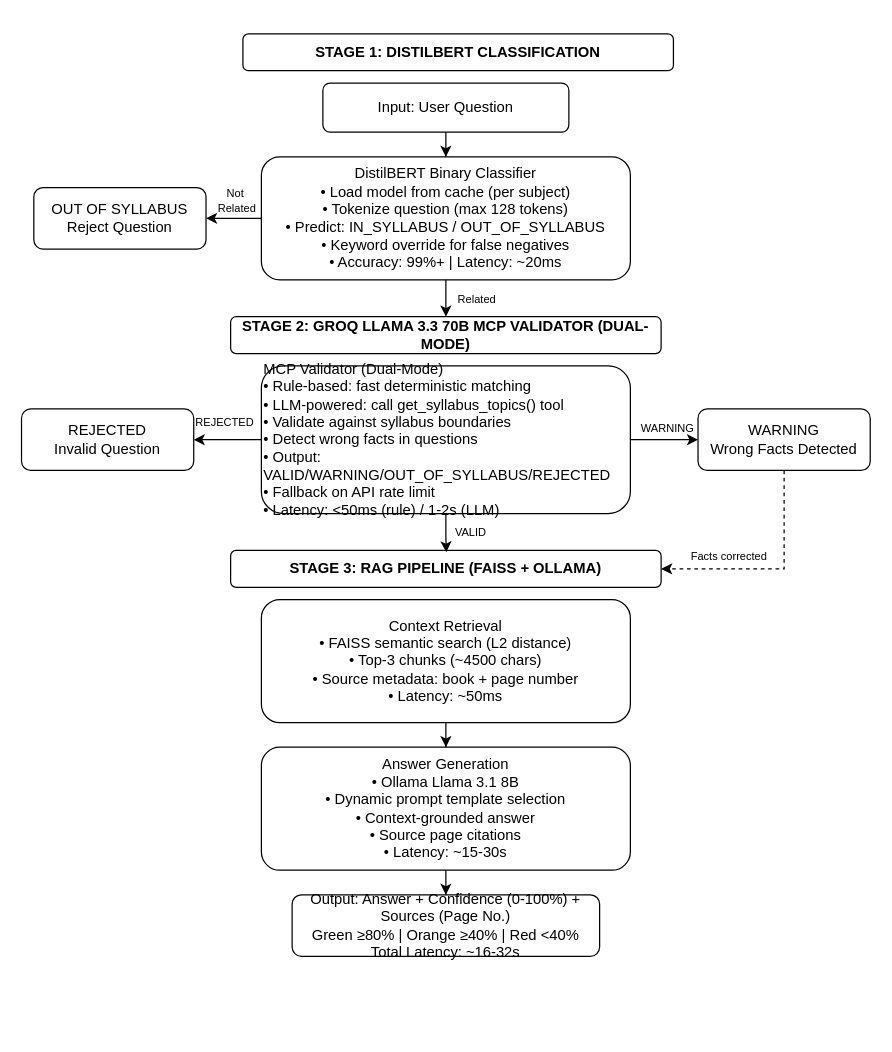
This is architecture/three_layer_pipeline.drawio from Rajalakshmi2110/academic_system, a draw.io file, before an edit. Source tidied: cells renumbered, new cells numbered last; positions are measured from the earlier drawing's top-left corner, leaving out a move shared by most shapes. Both pictures are drawn from the tidied source at 123%, with x=0, y=0 at pixel (21, 33).
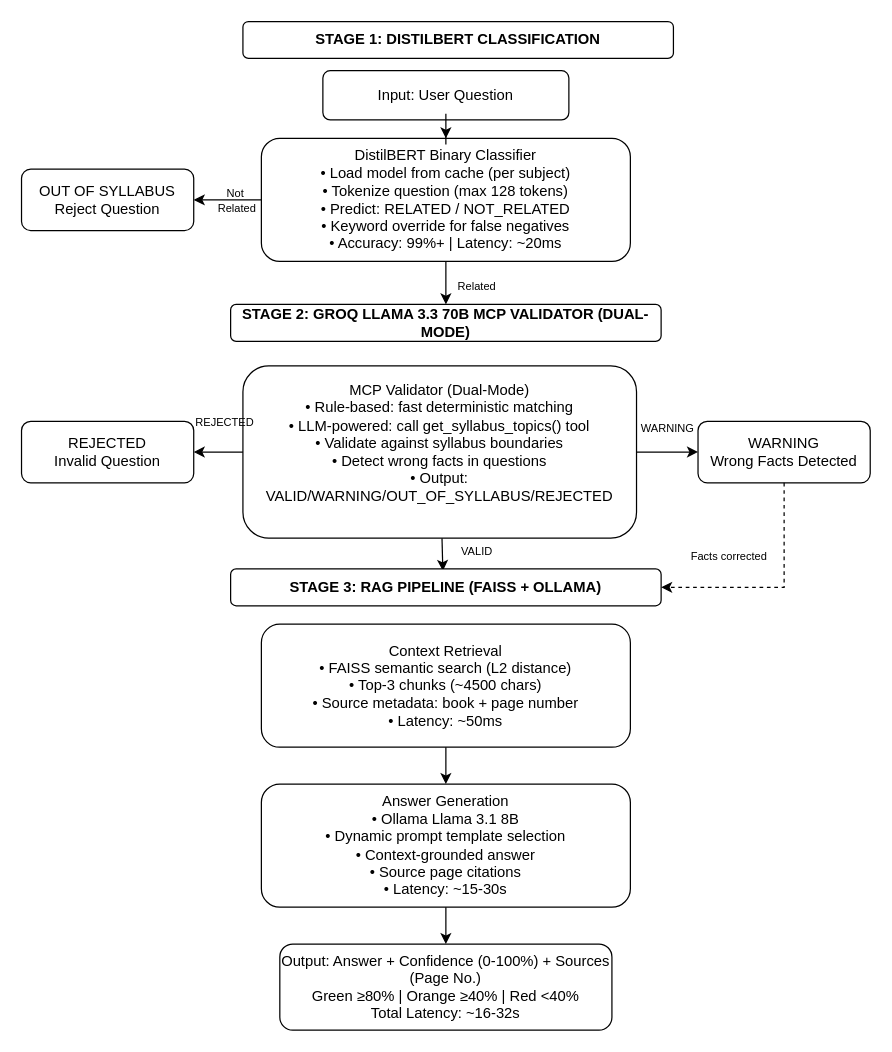
The same page after the edit.

The edit, as a diff of the source:
```diff
@@
     <mxCell id="2" value="Input: User Question" style="rounded=1;whiteSpace=wrap;html=1;" parent="1" vertex="1">
-      <mxGeometry x="245" y="40" width="200" height="40" as="geometry" />
+      <mxGeometry x="245" y="30" width="200" height="40" as="geometry" />
     </mxCell>
     <mxCell id="3" value="STAGE 1: DISTILBERT CLASSIFICATION" style="rounded=1;whiteSpace=wrap;html=1;fontStyle=1;" parent="1" vertex="1">
-      <mxGeometry x="180" width="350" height="30" as="geometry" />
+      <mxGeometry x="180" y="-10" width="350" height="30" as="geometry" />
     </mxCell>
-    <mxCell id="4" value="DistilBERT Binary Classifier&lt;br&gt;• Load model from cache (per subject)&lt;br&gt;• Tokenize question (max 128 tokens)&lt;br&gt;• Predict: IN_SYLLABUS / OUT_OF_SYLLABUS&lt;br&gt;• Keyword override for false negatives&lt;br&gt;• Accuracy: 99%+ | Latency: ~20ms" style="rounded=1;whiteSpace=wrap;html=1;align=center;" parent="1" vertex="1">
-      <mxGeometry x="195" y="100" width="300" height="100" as="geometry" />
+    <mxCell id="4" value="DistilBERT Binary Classifier&lt;br&gt;• Load model from cache (per subject)&lt;br&gt;• Tokenize question (max 128 tokens)&lt;br&gt;• Predict: RELATED / NOT_RELATED&lt;br&gt;• Keyword override for false negatives&lt;br&gt;• Accuracy: 99%+ | Latency: ~20ms" style="rounded=1;whiteSpace=wrap;html=1;align=center;" parent="1" vertex="1">
+      <mxGeometry x="195" y="85" width="300" height="100" as="geometry" />
     </mxCell>
     <mxCell id="5" value="OUT OF SYLLABUS&lt;br&gt;Reject Question" style="rounded=1;whiteSpace=wrap;html=1;" parent="1" vertex="1">
-      <mxGeometry x="10" y="125" width="140" height="50" as="geometry" />
+      <mxGeometry y="110" width="140" height="50" as="geometry" />
     </mxCell>
     <mxCell id="6" value="STAGE 2: GROQ LLAMA 3.3 70B MCP VALIDATOR (DUAL-MODE)" style="rounded=1;whiteSpace=wrap;html=1;fontStyle=1;" parent="1" vertex="1">
-      <mxGeometry x="170" y="230" width="350" height="30" as="geometry" />
+      <mxGeometry x="170" y="220" width="350" height="30" as="geometry" />
     </mxCell>
+    <mxCell id="29" style="edgeStyle=none;html=1;entryX=0.493;entryY=0.056;entryDx=0;entryDy=0;entryPerimeter=0;" parent="1" edge="1" source="7" target="10">
+      <mxGeometry relative="1" as="geometry" />
+    </mxCell>
-    <mxCell id="7" value="MCP Validator (Dual-Mode)&lt;br&gt;• Rule-based: fast deterministic matching&lt;br&gt;• LLM-powered: call get_syllabus_topics() tool&lt;br&gt;• Validate against syllabus boundaries&lt;br&gt;• Detect wrong facts in questions&lt;br&gt;• Output: VALID/WARNING/OUT_OF_SYLLABUS/REJECTED&lt;br&gt;• Fallback on API rate limit&lt;br&gt;• Latency: &amp;lt;50ms (rule) / 1-2s (LLM)" style="rounded=1;whiteSpace=wrap;html=1;align=left;" parent="1" vertex="1">
-      <mxGeometry x="195" y="270" width="300" height="120" as="geometry" />
+    <mxCell id="7" value="MCP Validator (Dual-Mode)&lt;br&gt;• Rule-based: fast deterministic matching&lt;br&gt;• LLM-powered: call get_syllabus_topics() tool&lt;br&gt;• Validate against syllabus boundaries&lt;br&gt;• Detect wrong facts in questions&lt;br&gt;• Output: VALID/WARNING/OUT_OF_SYLLABUS/REJECTED&lt;div&gt;&lt;br/&gt;&lt;/div&gt;" style="rounded=1;whiteSpace=wrap;html=1;align=center;" parent="1" vertex="1">
+      <mxGeometry x="180" y="270" width="320" height="140" as="geometry" />
     </mxCell>
     <mxCell id="8" value="REJECTED&lt;br&gt;Invalid Question" style="rounded=1;whiteSpace=wrap;html=1;" parent="1" vertex="1">
-      <mxGeometry y="305" width="140" height="50" as="geometry" />
+      <mxGeometry y="315" width="140" height="50" as="geometry" />
     </mxCell>
     <mxCell id="9" value="WARNING&lt;br&gt;Wrong Facts Detected" style="rounded=1;whiteSpace=wrap;html=1;" parent="1" vertex="1">
-      <mxGeometry x="550" y="305" width="140" height="50" as="geometry" />
+      <mxGeometry x="550" y="315" width="140" height="50" as="geometry" />
     </mxCell>
     <mxCell id="10" value="STAGE 3: RAG PIPELINE (FAISS + OLLAMA)" style="rounded=1;whiteSpace=wrap;html=1;fontStyle=1;" parent="1" vertex="1">
-      <mxGeometry x="170" y="420" width="350" height="30" as="geometry" />
+      <mxGeometry x="170" y="435" width="350" height="30" as="geometry" />
     </mxCell>
     <mxCell id="11" value="Context Retrieval&lt;br&gt;• FAISS semantic search (L2 distance)&lt;br&gt;• Top-3 chunks (~4500 chars)&lt;br&gt;• Source metadata: book + page number&lt;br&gt;• Latency: ~50ms" style="rounded=1;whiteSpace=wrap;html=1;align=center;" parent="1" vertex="1">
-      <mxGeometry x="195" y="460" width="300" height="100" as="geometry" />
+      <mxGeometry x="195" y="480" width="300" height="100" as="geometry" />
     </mxCell>
     <mxCell id="12" value="Answer Generation&lt;br&gt;• Ollama Llama 3.1 8B&lt;br&gt;• Dynamic prompt template selection&lt;br&gt;• Context-grounded answer&lt;br&gt;• Source page citations&lt;br&gt;• Latency: ~15-30s" style="rounded=1;whiteSpace=wrap;html=1;align=center;" parent="1" vertex="1">
-      <mxGeometry x="195" y="580" width="300" height="100" as="geometry" />
+      <mxGeometry x="195" y="610" width="300" height="100" as="geometry" />
     </mxCell>
     <mxCell id="13" value="Output: Answer + Confidence (0-100%) + Sources (Page No.)&lt;br&gt;Green ≥80% | Orange ≥40% | Red &amp;lt;40%&lt;br&gt;Total Latency: ~16-32s" style="rounded=1;whiteSpace=wrap;html=1;" parent="1" vertex="1">
-      <mxGeometry x="220" y="700" width="250" height="50" as="geometry" />
+      <mxGeometry x="210" y="740" width="270" height="70" as="geometry" />
     </mxCell>
@@
-    <mxCell id="19" style="edgeStyle=orthogonalEdgeStyle;rounded=0;jettySize=auto;html=1;entryX=0.108;entryY=1.052;entryDx=0;entryDy=0;entryPerimeter=0;" parent="1" edge="1" source="7" target="27">
-      <mxGeometry relative="1" as="geometry" />
-    </mxCell>
@@
     <mxCell id="24" value="&lt;font style=&quot;font-size: 9px;&quot;&gt;Related&lt;/font&gt;" style="text;html=1;align=center;verticalAlign=middle;fontSize=10;" parent="1" vertex="1">
-      <mxGeometry x="345" y="200" width="50" height="30" as="geometry" />
+      <mxGeometry x="345" y="190" width="50" height="30" as="geometry" />
     </mxCell>
@@
     <mxCell id="27" value="&lt;font style=&quot;font-size: 9px;&quot;&gt;VALID&lt;/font&gt;" style="text;html=1;align=center;verticalAlign=middle;points=[];fontSize=10;" parent="1" vertex="1">
-      <mxGeometry x="340" y="390" width="50" height="30" as="geometry" />
+      <mxGeometry x="345" y="405" width="50" height="30" as="geometry" />
     </mxCell>
```
